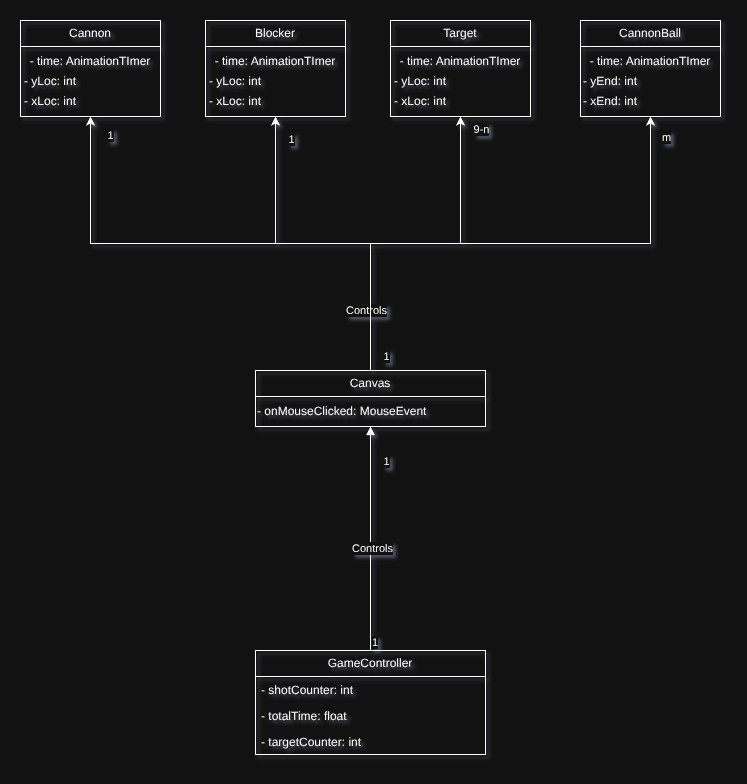
actellim/cannon_game keeps this draw.io diagram as docs/UML/UC_002/UC_002_CD.png. Above is the earlier version. Source tidied: cells renumbered, new cells last; positions are measured from the earlier drawing's top-left corner, leaving out a move shared by most shapes. The source it was exported from:
```xml
<mxGraphModel>
  <root>
    <mxCell id="0" />
    <mxCell id="1" parent="0" />
    <mxCell id="2" value="GameController" style="swimlane;fontStyle=0;horizontal=1;startSize=26;fillColor=none;whiteSpace=wrap;html=1;" parent="1" vertex="1">
      <mxGeometry x="235" y="630" width="230" height="104" as="geometry" />
    </mxCell>
    <mxCell id="3" value="- shotCounter: int" style="text;strokeColor=none;fillColor=none;align=left;verticalAlign=top;spacingLeft=4;spacingRight=4;overflow=hidden;whiteSpace=wrap;html=1;" parent="2" vertex="1">
      <mxGeometry y="26" width="230" height="26" as="geometry" />
    </mxCell>
    <mxCell id="4" value="- totalTime: float" style="text;strokeColor=none;fillColor=none;align=left;verticalAlign=top;spacingLeft=4;spacingRight=4;overflow=hidden;whiteSpace=wrap;html=1;" parent="2" vertex="1">
      <mxGeometry y="52" width="230" height="26" as="geometry" />
    </mxCell>
    <mxCell id="5" value="- targetCounter: int" style="text;strokeColor=none;fillColor=none;align=left;verticalAlign=top;spacingLeft=4;spacingRight=4;overflow=hidden;whiteSpace=wrap;html=1;" parent="2" vertex="1">
      <mxGeometry y="78" width="230" height="26" as="geometry" />
    </mxCell>
    <mxCell id="6" style="edgeStyle=orthogonalEdgeStyle;rounded=0;jettySize=auto;html=1;exitX=0.5;exitY=0;exitDx=0;exitDy=0;" parent="1" edge="1" source="16" target="21">
      <mxGeometry relative="1" as="geometry" />
    </mxCell>
    <mxCell id="7" value="1" style="edgeLabel;html=1;align=center;verticalAlign=middle;" parent="6" vertex="1">
      <mxGeometry x="0.93" y="1" relative="1" as="geometry">
        <mxPoint x="20" as="offset" />
      </mxGeometry>
    </mxCell>
    <mxCell id="8" style="edgeStyle=orthogonalEdgeStyle;rounded=0;jettySize=auto;html=1;" parent="1" edge="1" source="16" target="26">
      <mxGeometry relative="1" as="geometry" />
    </mxCell>
    <mxCell id="9" value="1" style="edgeLabel;html=1;align=center;verticalAlign=middle;" parent="8" vertex="1">
      <mxGeometry x="0.88" y="2" relative="1" as="geometry">
        <mxPoint x="17" as="offset" />
      </mxGeometry>
    </mxCell>
    <mxCell id="10" style="edgeStyle=orthogonalEdgeStyle;rounded=0;jettySize=auto;html=1;" parent="1" edge="1" source="16" target="31">
      <mxGeometry relative="1" as="geometry" />
    </mxCell>
    <mxCell id="11" value="Controls" style="edgeLabel;html=1;align=center;verticalAlign=middle;" parent="10" vertex="1">
      <mxGeometry x="-0.65" y="-3" relative="1" as="geometry">
        <mxPoint x="-8" as="offset" />
      </mxGeometry>
    </mxCell>
    <mxCell id="12" value="1" style="edgeLabel;html=1;align=center;verticalAlign=middle;" parent="10" vertex="1">
      <mxGeometry x="-0.91" y="-5" relative="1" as="geometry">
        <mxPoint x="10" as="offset" />
      </mxGeometry>
    </mxCell>
    <mxCell id="13" value="9-n" style="edgeLabel;html=1;align=center;verticalAlign=middle;" parent="10" vertex="1">
      <mxGeometry x="0.93" y="1" relative="1" as="geometry">
        <mxPoint x="21" as="offset" />
      </mxGeometry>
    </mxCell>
    <mxCell id="14" style="edgeStyle=orthogonalEdgeStyle;rounded=0;jettySize=auto;html=1;exitX=0.5;exitY=0;exitDx=0;exitDy=0;" parent="1" edge="1" source="16" target="36">
      <mxGeometry relative="1" as="geometry" />
    </mxCell>
    <mxCell id="15" value="m" style="edgeLabel;html=1;align=center;verticalAlign=middle;" parent="14" vertex="1">
      <mxGeometry x="0.92" relative="1" as="geometry">
        <mxPoint x="15" as="offset" />
      </mxGeometry>
    </mxCell>
    <mxCell id="16" value="Canvas" style="swimlane;fontStyle=0;horizontal=1;startSize=26;fillColor=none;whiteSpace=wrap;html=1;" parent="1" vertex="1">
      <mxGeometry x="235" y="350" width="230" height="56" as="geometry" />
    </mxCell>
    <mxCell id="17" value="- onMouseClicked: MouseEvent" style="text;html=1;whiteSpace=wrap;strokeColor=none;fillColor=none;align=left;verticalAlign=middle;rounded=0;" parent="16" vertex="1">
      <mxGeometry y="26" width="230" height="30" as="geometry" />
    </mxCell>
    <mxCell id="18" value="Controls" style="endArrow=block;endFill=1;html=1;edgeStyle=orthogonalEdgeStyle;align=left;verticalAlign=top;rounded=0;entryX=0.5;entryY=1;entryDx=0;entryDy=0;exitX=0.5;exitY=0;exitDx=0;exitDy=0;" parent="1" edge="1" source="2" target="16">
      <mxGeometry x="0.03" y="20" relative="1" as="geometry" />
    </mxCell>
    <mxCell id="19" value="1" style="edgeLabel;html=1;align=left;verticalAlign=bottom;" parent="18" vertex="1">
      <mxGeometry x="-1" relative="1" as="geometry" />
    </mxCell>
    <mxCell id="20" value="1" style="edgeLabel;html=1;align=center;verticalAlign=middle;" parent="18" vertex="1">
      <mxGeometry x="0.69" y="-2" relative="1" as="geometry">
        <mxPoint x="13" as="offset" />
      </mxGeometry>
    </mxCell>
    <mxCell id="21" value="Cannon" style="swimlane;fontStyle=0;horizontal=1;startSize=26;fillColor=none;whiteSpace=wrap;html=1;" parent="1" vertex="1">
      <mxGeometry width="140" height="96" as="geometry" />
    </mxCell>
    <mxCell id="22" style="group;" parent="21" vertex="1">
      <mxGeometry y="26" width="140" height="70" as="geometry" />
    </mxCell>
    <mxCell id="23" value="- xLoc: int" style="text;html=1;whiteSpace=wrap;strokeColor=none;fillColor=none;align=center;verticalAlign=middle;rounded=0;" parent="22" vertex="1">
      <mxGeometry y="40" width="60" height="30" as="geometry" />
    </mxCell>
    <mxCell id="24" value="- yLoc: int" style="text;html=1;whiteSpace=wrap;strokeColor=none;fillColor=none;align=center;verticalAlign=middle;rounded=0;" parent="22" vertex="1">
      <mxGeometry y="20" width="60" height="30" as="geometry" />
    </mxCell>
    <mxCell id="25" value="- time: AnimationTImer" style="text;html=1;whiteSpace=wrap;strokeColor=none;fillColor=none;align=center;verticalAlign=middle;rounded=0;" parent="22" vertex="1">
      <mxGeometry width="140" height="30" as="geometry" />
    </mxCell>
    <mxCell id="26" value="Blocker" style="swimlane;fontStyle=0;horizontal=1;startSize=26;fillColor=none;whiteSpace=wrap;html=1;" parent="1" vertex="1">
      <mxGeometry x="185" width="140" height="96" as="geometry" />
    </mxCell>
    <mxCell id="27" style="group;align=left;" parent="26" vertex="1">
      <mxGeometry y="26" width="140" height="70" as="geometry" />
    </mxCell>
    <mxCell id="28" value="- xLoc: int" style="text;html=1;whiteSpace=wrap;strokeColor=none;fillColor=none;align=center;verticalAlign=middle;rounded=0;" parent="27" vertex="1">
      <mxGeometry y="40" width="60" height="30" as="geometry" />
    </mxCell>
    <mxCell id="29" value="- yLoc: int" style="text;html=1;whiteSpace=wrap;strokeColor=none;fillColor=none;align=center;verticalAlign=middle;rounded=0;" parent="27" vertex="1">
      <mxGeometry y="20" width="60" height="30" as="geometry" />
    </mxCell>
    <mxCell id="30" value="- time: AnimationTImer" style="text;html=1;whiteSpace=wrap;strokeColor=none;fillColor=none;align=center;verticalAlign=middle;rounded=0;" parent="27" vertex="1">
      <mxGeometry width="140" height="30" as="geometry" />
    </mxCell>
    <mxCell id="31" value="Target" style="swimlane;fontStyle=0;horizontal=1;startSize=26;fillColor=none;whiteSpace=wrap;html=1;" parent="1" vertex="1">
      <mxGeometry x="370" width="140" height="96" as="geometry" />
    </mxCell>
    <mxCell id="32" style="group;" parent="31" vertex="1">
      <mxGeometry y="26" width="140" height="70" as="geometry" />
    </mxCell>
    <mxCell id="33" value="- xLoc: int" style="text;html=1;whiteSpace=wrap;strokeColor=none;fillColor=none;align=center;verticalAlign=middle;rounded=0;" parent="32" vertex="1">
      <mxGeometry y="40" width="60" height="30" as="geometry" />
    </mxCell>
    <mxCell id="34" value="- yLoc: int" style="text;html=1;whiteSpace=wrap;strokeColor=none;fillColor=none;align=center;verticalAlign=middle;rounded=0;" parent="32" vertex="1">
      <mxGeometry y="20" width="60" height="30" as="geometry" />
    </mxCell>
    <mxCell id="35" value="- time: AnimationTImer" style="text;html=1;whiteSpace=wrap;strokeColor=none;fillColor=none;align=center;verticalAlign=middle;rounded=0;" parent="32" vertex="1">
      <mxGeometry width="140" height="30" as="geometry" />
    </mxCell>
    <mxCell id="36" value="CannonBall" style="swimlane;fontStyle=0;horizontal=1;startSize=26;fillColor=none;whiteSpace=wrap;html=1;" parent="1" vertex="1">
      <mxGeometry x="560" width="140" height="96" as="geometry" />
    </mxCell>
    <mxCell id="37" style="group;align=left;" parent="36" vertex="1">
      <mxGeometry y="26" width="140" height="70" as="geometry" />
    </mxCell>
    <mxCell id="38" value="- xEnd: int" style="text;html=1;whiteSpace=wrap;strokeColor=none;fillColor=none;align=center;verticalAlign=middle;rounded=0;" parent="37" vertex="1">
      <mxGeometry y="40" width="60" height="30" as="geometry" />
    </mxCell>
    <mxCell id="39" value="- yEnd: int" style="text;html=1;whiteSpace=wrap;strokeColor=none;fillColor=none;align=center;verticalAlign=middle;rounded=0;" parent="37" vertex="1">
      <mxGeometry y="20" width="60" height="30" as="geometry" />
    </mxCell>
    <mxCell id="40" value="- time: AnimationTImer" style="text;html=1;whiteSpace=wrap;strokeColor=none;fillColor=none;align=center;verticalAlign=middle;rounded=0;" parent="37" vertex="1">
      <mxGeometry width="140" height="30" as="geometry" />
    </mxCell>
  </root>
</mxGraphModel>
```
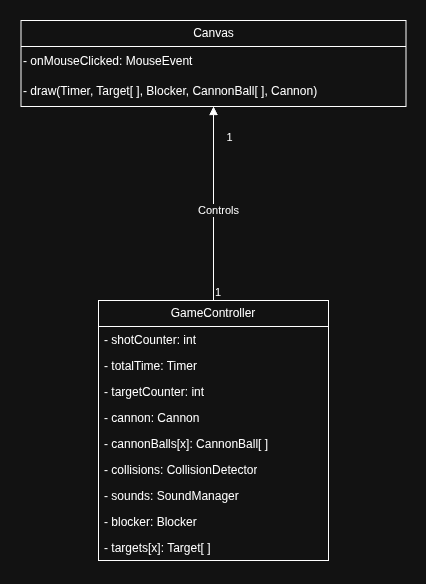
The same diagram one commit later.

Diff of the diagram source:
```diff
@@ -3,66 +3,45 @@
     <mxCell id="0" />
     <mxCell id="1" parent="0" />
     <mxCell id="2" value="GameController" style="swimlane;fontStyle=0;horizontal=1;startSize=26;fillColor=none;whiteSpace=wrap;html=1;" parent="1" vertex="1">
-      <mxGeometry x="235" y="630" width="230" height="104" as="geometry" />
+      <mxGeometry x="235" y="630" width="230" height="260" as="geometry" />
     </mxCell>
     <mxCell id="3" value="- shotCounter: int" style="text;strokeColor=none;fillColor=none;align=left;verticalAlign=top;spacingLeft=4;spacingRight=4;overflow=hidden;whiteSpace=wrap;html=1;" parent="2" vertex="1">
       <mxGeometry y="26" width="230" height="26" as="geometry" />
     </mxCell>
-    <mxCell id="4" value="- totalTime: float" style="text;strokeColor=none;fillColor=none;align=left;verticalAlign=top;spacingLeft=4;spacingRight=4;overflow=hidden;whiteSpace=wrap;html=1;" parent="2" vertex="1">
+    <mxCell id="4" value="- totalTime: Timer" style="text;strokeColor=none;fillColor=none;align=left;verticalAlign=top;spacingLeft=4;spacingRight=4;overflow=hidden;whiteSpace=wrap;html=1;" parent="2" vertex="1">
       <mxGeometry y="52" width="230" height="26" as="geometry" />
     </mxCell>
     <mxCell id="5" value="- targetCounter: int" style="text;strokeColor=none;fillColor=none;align=left;verticalAlign=top;spacingLeft=4;spacingRight=4;overflow=hidden;whiteSpace=wrap;html=1;" parent="2" vertex="1">
       <mxGeometry y="78" width="230" height="26" as="geometry" />
     </mxCell>
-    <mxCell id="6" style="edgeStyle=orthogonalEdgeStyle;rounded=0;jettySize=auto;html=1;exitX=0.5;exitY=0;exitDx=0;exitDy=0;" parent="1" edge="1" source="16" target="21">
-      <mxGeometry relative="1" as="geometry" />
-    </mxCell>
-    <mxCell id="7" value="1" style="edgeLabel;html=1;align=center;verticalAlign=middle;" parent="6" vertex="1">
-      <mxGeometry x="0.93" y="1" relative="1" as="geometry">
-        <mxPoint x="20" as="offset" />
-      </mxGeometry>
-    </mxCell>
-    <mxCell id="8" style="edgeStyle=orthogonalEdgeStyle;rounded=0;jettySize=auto;html=1;" parent="1" edge="1" source="16" target="26">
-      <mxGeometry relative="1" as="geometry" />
-    </mxCell>
-    <mxCell id="9" value="1" style="edgeLabel;html=1;align=center;verticalAlign=middle;" parent="8" vertex="1">
-      <mxGeometry x="0.88" y="2" relative="1" as="geometry">
-        <mxPoint x="17" as="offset" />
-      </mxGeometry>
-    </mxCell>
-    <mxCell id="10" style="edgeStyle=orthogonalEdgeStyle;rounded=0;jettySize=auto;html=1;" parent="1" edge="1" source="16" target="31">
-      <mxGeometry relative="1" as="geometry" />
-    </mxCell>
-    <mxCell id="11" value="Controls" style="edgeLabel;html=1;align=center;verticalAlign=middle;" parent="10" vertex="1">
-      <mxGeometry x="-0.65" y="-3" relative="1" as="geometry">
-        <mxPoint x="-8" as="offset" />
-      </mxGeometry>
-    </mxCell>
-    <mxCell id="12" value="1" style="edgeLabel;html=1;align=center;verticalAlign=middle;" parent="10" vertex="1">
-      <mxGeometry x="-0.91" y="-5" relative="1" as="geometry">
-        <mxPoint x="10" as="offset" />
-      </mxGeometry>
-    </mxCell>
-    <mxCell id="13" value="9-n" style="edgeLabel;html=1;align=center;verticalAlign=middle;" parent="10" vertex="1">
-      <mxGeometry x="0.93" y="1" relative="1" as="geometry">
-        <mxPoint x="21" as="offset" />
-      </mxGeometry>
-    </mxCell>
-    <mxCell id="14" style="edgeStyle=orthogonalEdgeStyle;rounded=0;jettySize=auto;html=1;exitX=0.5;exitY=0;exitDx=0;exitDy=0;" parent="1" edge="1" source="16" target="36">
-      <mxGeometry relative="1" as="geometry" />
-    </mxCell>
-    <mxCell id="15" value="m" style="edgeLabel;html=1;align=center;verticalAlign=middle;" parent="14" vertex="1">
-      <mxGeometry x="0.92" relative="1" as="geometry">
-        <mxPoint x="15" as="offset" />
-      </mxGeometry>
-    </mxCell>
+    <mxCell id="41" value="- cannon: Cannon" style="text;strokeColor=none;fillColor=none;align=left;verticalAlign=top;spacingLeft=4;spacingRight=4;overflow=hidden;whiteSpace=wrap;html=1;" parent="2" vertex="1">
+      <mxGeometry y="104" width="230" height="26" as="geometry" />
+    </mxCell>
+    <mxCell id="42" value="- cannonBalls[x]: CannonBall[ ]" style="text;strokeColor=none;fillColor=none;align=left;verticalAlign=top;spacingLeft=4;spacingRight=4;overflow=hidden;whiteSpace=wrap;html=1;" parent="2" vertex="1">
+      <mxGeometry y="130" width="230" height="26" as="geometry" />
+    </mxCell>
+    <mxCell id="43" value="- collisions: CollisionDetector" style="text;strokeColor=none;fillColor=none;align=left;verticalAlign=top;spacingLeft=4;spacingRight=4;overflow=hidden;whiteSpace=wrap;html=1;" parent="2" vertex="1">
+      <mxGeometry y="156" width="230" height="26" as="geometry" />
+    </mxCell>
+    <mxCell id="44" value="- sounds: SoundManager" style="text;strokeColor=none;fillColor=none;align=left;verticalAlign=top;spacingLeft=4;spacingRight=4;overflow=hidden;whiteSpace=wrap;html=1;" parent="2" vertex="1">
+      <mxGeometry y="182" width="230" height="26" as="geometry" />
+    </mxCell>
+    <mxCell id="45" value="- blocker: Blocker" style="text;strokeColor=none;fillColor=none;align=left;verticalAlign=top;spacingLeft=4;spacingRight=4;overflow=hidden;whiteSpace=wrap;html=1;" parent="2" vertex="1">
+      <mxGeometry y="208" width="230" height="26" as="geometry" />
+    </mxCell>
+    <mxCell id="46" value="- targets[x]: Target[ ]" style="text;strokeColor=none;fillColor=none;align=left;verticalAlign=top;spacingLeft=4;spacingRight=4;overflow=hidden;whiteSpace=wrap;html=1;" parent="2" vertex="1">
+      <mxGeometry y="234" width="230" height="26" as="geometry" />
+    </mxCell>
     <mxCell id="16" value="Canvas" style="swimlane;fontStyle=0;horizontal=1;startSize=26;fillColor=none;whiteSpace=wrap;html=1;" parent="1" vertex="1">
-      <mxGeometry x="235" y="350" width="230" height="56" as="geometry" />
+      <mxGeometry x="157.5" y="350" width="385" height="86" as="geometry" />
     </mxCell>
     <mxCell id="17" value="- onMouseClicked: MouseEvent" style="text;html=1;whiteSpace=wrap;strokeColor=none;fillColor=none;align=left;verticalAlign=middle;rounded=0;" parent="16" vertex="1">
-      <mxGeometry y="26" width="230" height="30" as="geometry" />
+      <mxGeometry y="26" width="385" height="30" as="geometry" />
     </mxCell>
+    <mxCell id="47" value="- draw(Timer, Target[ ], Blocker, CannonBall[ ], Cannon)" style="text;html=1;whiteSpace=wrap;strokeColor=none;fillColor=none;align=left;verticalAlign=middle;rounded=0;" parent="16" vertex="1">
+      <mxGeometry y="56" width="385" height="30" as="geometry" />
+    </mxCell>
-    <mxCell id="18" value="Controls" style="endArrow=block;endFill=1;html=1;edgeStyle=orthogonalEdgeStyle;align=left;verticalAlign=top;rounded=0;entryX=0.5;entryY=1;entryDx=0;entryDy=0;exitX=0.5;exitY=0;exitDx=0;exitDy=0;" parent="1" edge="1" source="2" target="16">
+    <mxCell id="18" style="endArrow=block;endFill=1;html=1;edgeStyle=orthogonalEdgeStyle;align=left;verticalAlign=top;rounded=0;entryX=0.5;entryY=1;entryDx=0;entryDy=0;exitX=0.5;exitY=0;exitDx=0;exitDy=0;" parent="1" edge="1" source="2" target="16">
       <mxGeometry x="0.03" y="20" relative="1" as="geometry" />
     </mxCell>
     <mxCell id="19" value="1" style="edgeLabel;html=1;align=left;verticalAlign=bottom;" parent="18" vertex="1">
@@ -73,65 +52,8 @@
         <mxPoint x="13" as="offset" />
       </mxGeometry>
     </mxCell>
-    <mxCell id="21" value="Cannon" style="swimlane;fontStyle=0;horizontal=1;startSize=26;fillColor=none;whiteSpace=wrap;html=1;" parent="1" vertex="1">
-      <mxGeometry width="140" height="96" as="geometry" />
-    </mxCell>
-    <mxCell id="22" style="group;" parent="21" vertex="1">
-      <mxGeometry y="26" width="140" height="70" as="geometry" />
-    </mxCell>
-    <mxCell id="23" value="- xLoc: int" style="text;html=1;whiteSpace=wrap;strokeColor=none;fillColor=none;align=center;verticalAlign=middle;rounded=0;" parent="22" vertex="1">
-      <mxGeometry y="40" width="60" height="30" as="geometry" />
-    </mxCell>
-    <mxCell id="24" value="- yLoc: int" style="text;html=1;whiteSpace=wrap;strokeColor=none;fillColor=none;align=center;verticalAlign=middle;rounded=0;" parent="22" vertex="1">
-      <mxGeometry y="20" width="60" height="30" as="geometry" />
-    </mxCell>
-    <mxCell id="25" value="- time: AnimationTImer" style="text;html=1;whiteSpace=wrap;strokeColor=none;fillColor=none;align=center;verticalAlign=middle;rounded=0;" parent="22" vertex="1">
-      <mxGeometry width="140" height="30" as="geometry" />
-    </mxCell>
-    <mxCell id="26" value="Blocker" style="swimlane;fontStyle=0;horizontal=1;startSize=26;fillColor=none;whiteSpace=wrap;html=1;" parent="1" vertex="1">
-      <mxGeometry x="185" width="140" height="96" as="geometry" />
-    </mxCell>
-    <mxCell id="27" style="group;align=left;" parent="26" vertex="1">
-      <mxGeometry y="26" width="140" height="70" as="geometry" />
-    </mxCell>
-    <mxCell id="28" value="- xLoc: int" style="text;html=1;whiteSpace=wrap;strokeColor=none;fillColor=none;align=center;verticalAlign=middle;rounded=0;" parent="27" vertex="1">
-      <mxGeometry y="40" width="60" height="30" as="geometry" />
-    </mxCell>
-    <mxCell id="29" value="- yLoc: int" style="text;html=1;whiteSpace=wrap;strokeColor=none;fillColor=none;align=center;verticalAlign=middle;rounded=0;" parent="27" vertex="1">
-      <mxGeometry y="20" width="60" height="30" as="geometry" />
-    </mxCell>
-    <mxCell id="30" value="- time: AnimationTImer" style="text;html=1;whiteSpace=wrap;strokeColor=none;fillColor=none;align=center;verticalAlign=middle;rounded=0;" parent="27" vertex="1">
-      <mxGeometry width="140" height="30" as="geometry" />
-    </mxCell>
-    <mxCell id="31" value="Target" style="swimlane;fontStyle=0;horizontal=1;startSize=26;fillColor=none;whiteSpace=wrap;html=1;" parent="1" vertex="1">
-      <mxGeometry x="370" width="140" height="96" as="geometry" />
-    </mxCell>
-    <mxCell id="32" style="group;" parent="31" vertex="1">
-      <mxGeometry y="26" width="140" height="70" as="geometry" />
-    </mxCell>
-    <mxCell id="33" value="- xLoc: int" style="text;html=1;whiteSpace=wrap;strokeColor=none;fillColor=none;align=center;verticalAlign=middle;rounded=0;" parent="32" vertex="1">
-      <mxGeometry y="40" width="60" height="30" as="geometry" />
-    </mxCell>
-    <mxCell id="34" value="- yLoc: int" style="text;html=1;whiteSpace=wrap;strokeColor=none;fillColor=none;align=center;verticalAlign=middle;rounded=0;" parent="32" vertex="1">
-      <mxGeometry y="20" width="60" height="30" as="geometry" />
-    </mxCell>
-    <mxCell id="35" value="- time: AnimationTImer" style="text;html=1;whiteSpace=wrap;strokeColor=none;fillColor=none;align=center;verticalAlign=middle;rounded=0;" parent="32" vertex="1">
-      <mxGeometry width="140" height="30" as="geometry" />
-    </mxCell>
-    <mxCell id="36" value="CannonBall" style="swimlane;fontStyle=0;horizontal=1;startSize=26;fillColor=none;whiteSpace=wrap;html=1;" parent="1" vertex="1">
-      <mxGeometry x="560" width="140" height="96" as="geometry" />
-    </mxCell>
-    <mxCell id="37" style="group;align=left;" parent="36" vertex="1">
-      <mxGeometry y="26" width="140" height="70" as="geometry" />
-    </mxCell>
-    <mxCell id="38" value="- xEnd: int" style="text;html=1;whiteSpace=wrap;strokeColor=none;fillColor=none;align=center;verticalAlign=middle;rounded=0;" parent="37" vertex="1">
-      <mxGeometry y="40" width="60" height="30" as="geometry" />
-    </mxCell>
-    <mxCell id="39" value="- yEnd: int" style="text;html=1;whiteSpace=wrap;strokeColor=none;fillColor=none;align=center;verticalAlign=middle;rounded=0;" parent="37" vertex="1">
-      <mxGeometry y="20" width="60" height="30" as="geometry" />
-    </mxCell>
-    <mxCell id="40" value="- time: AnimationTImer" style="text;html=1;whiteSpace=wrap;strokeColor=none;fillColor=none;align=center;verticalAlign=middle;rounded=0;" parent="37" vertex="1">
-      <mxGeometry width="140" height="30" as="geometry" />
-    </mxCell>
+    <mxCell id="11" value="Controls" style="edgeLabel;html=1;align=center;verticalAlign=middle;" parent="18" vertex="1">
+      <mxGeometry x="-0.06" y="-4" relative="1" as="geometry" />
+    </mxCell>
   </root>
 </mxGraphModel>
```
